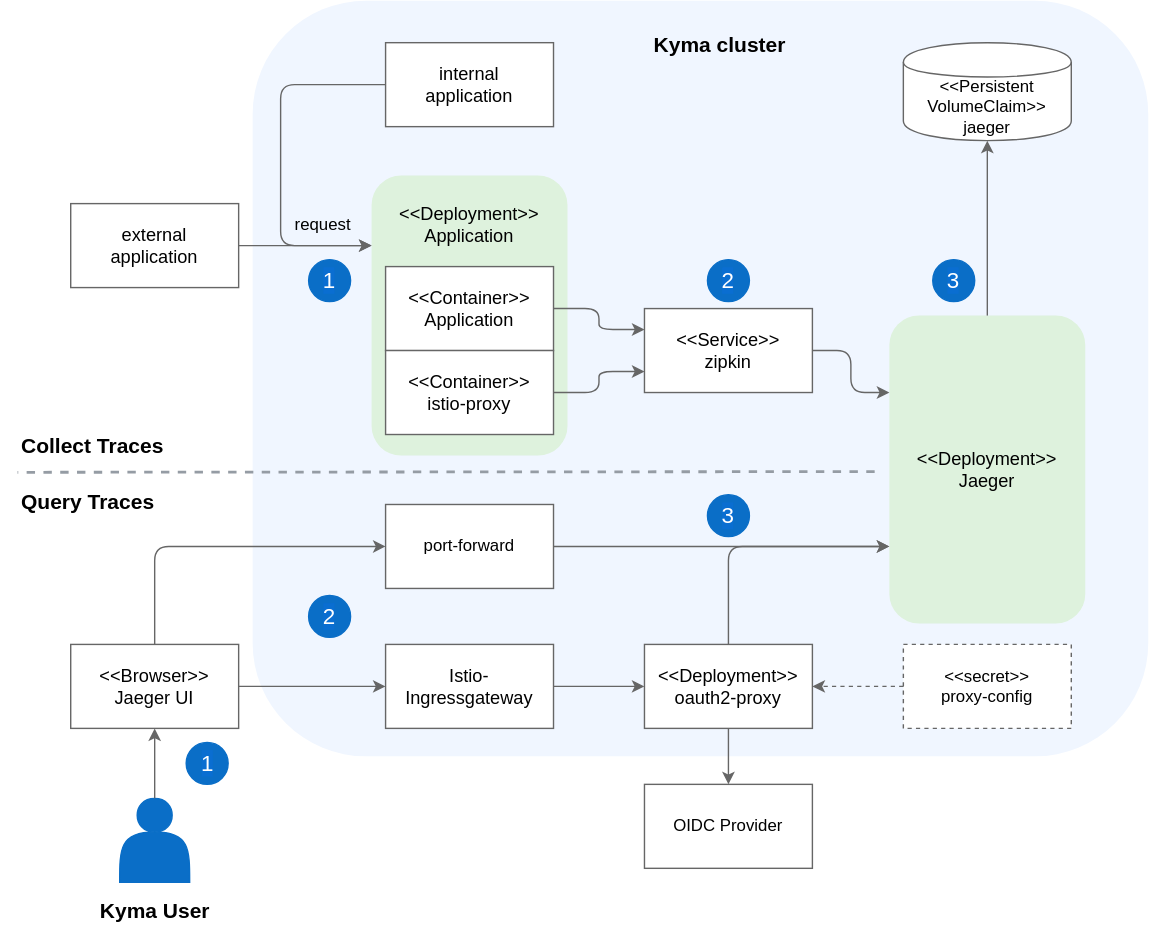
kyma-project/kyma keeps this draw.io diagram as docs/05-technical-reference/00-architecture/assets/obsv-tracing-architecture.svg. Above is the earlier version. Source tidied: cells renumbered, new cells last; positions are measured from the earlier drawing's top-left corner, leaving out a move shared by most shapes.
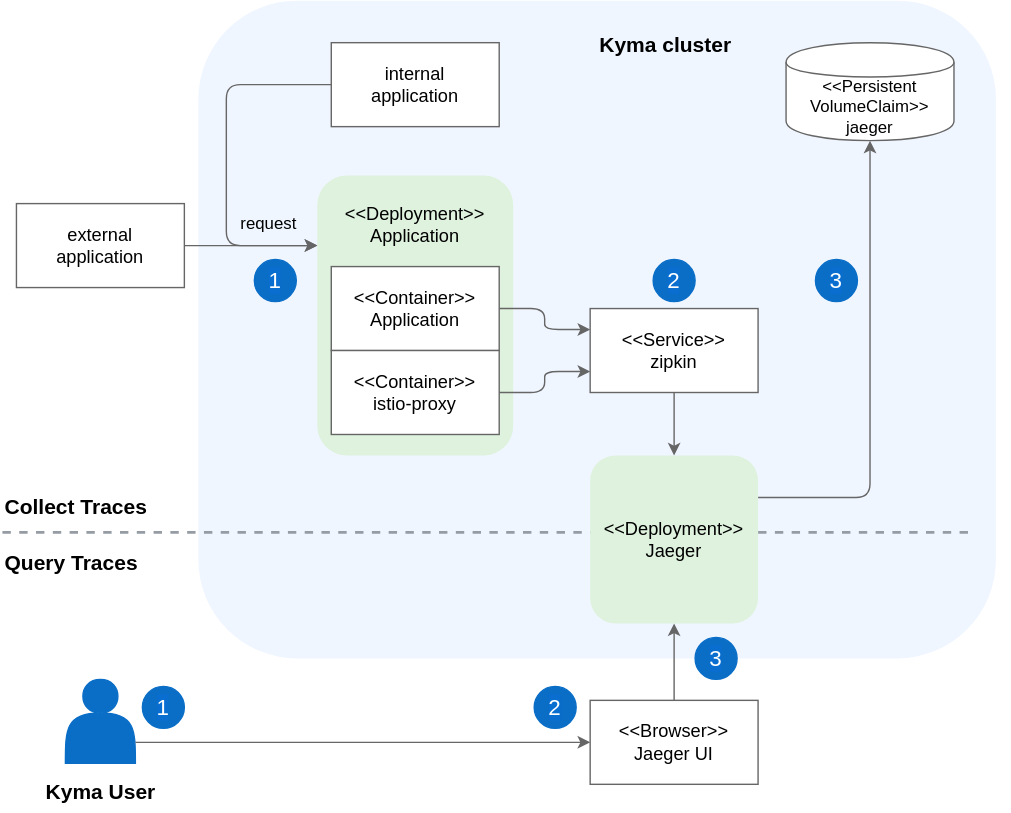
Above is the later version.

Commit message:
simplify observability diagrams

Change to the diagram source:
```diff
@@ -3,148 +3,123 @@
     <mxCell id="0" />
     <mxCell id="1" parent="0" />
     <mxCell id="2" style="rounded=0;whiteSpace=wrap;html=1;strokeColor=none;fillColor=#FFFFFF;" parent="1" vertex="1">
-      <mxGeometry width="820" height="660" as="geometry" />
+      <mxGeometry y="-20" width="720" height="580" as="geometry" />
     </mxCell>
     <mxCell id="3" style="rounded=1;whiteSpace=wrap;html=1;strokeColor=none;fillColor=#F0F6FF;" parent="1" vertex="1">
-      <mxGeometry x="180" width="640" height="540" as="geometry" />
+      <mxGeometry x="140" y="-20" width="570" height="470" as="geometry" />
     </mxCell>
     <mxCell id="4" style="rounded=1;whiteSpace=wrap;html=1;strokeColor=none;fillColor=#DEF2DD;" parent="1" vertex="1">
-      <mxGeometry x="265" y="125" width="140" height="200" as="geometry" />
+      <mxGeometry x="225" y="105" width="140" height="200" as="geometry" />
     </mxCell>
-    <mxCell id="5" value="&lt;span style=&quot;font-size: 13px&quot;&gt;&amp;lt;&amp;lt;Deployment&amp;gt;&amp;gt;&lt;/span&gt;&lt;br style=&quot;font-size: 13px&quot;&gt;&lt;span style=&quot;font-size: 13px&quot;&gt;Jaeger&lt;/span&gt;" style="rounded=1;whiteSpace=wrap;html=1;strokeColor=none;fillColor=#DEF2DD;" parent="1" vertex="1">
-      <mxGeometry x="635" y="225" width="140" height="220" as="geometry" />
-    </mxCell>
     <mxCell id="6" value="&lt;font style=&quot;font-size: 13px&quot;&gt;&amp;lt;&amp;lt;Browser&amp;gt;&amp;gt;&lt;br&gt;Jaeger UI&lt;/font&gt;" style="rounded=0;whiteSpace=wrap;html=1;strokeColor=#666666;" parent="1" vertex="1">
-      <mxGeometry x="50" y="460" width="120" height="60" as="geometry" />
+      <mxGeometry x="420" y="480" width="120" height="60" as="geometry" />
     </mxCell>
-    <mxCell id="7" style="edgeStyle=orthogonalEdgeStyle;rounded=1;jettySize=auto;html=1;exitX=1;exitY=0.5;exitDx=0;exitDy=0;entryX=0;entryY=0.5;entryDx=0;entryDy=0;fontSize=13;strokeColor=#666666;" parent="1" edge="1" source="8" target="10">
-      <mxGeometry relative="1" as="geometry" />
+    <mxCell id="7" style="edgeStyle=orthogonalEdgeStyle;rounded=1;jettySize=auto;html=1;exitX=1;exitY=0.5;exitDx=0;exitDy=0;entryX=0;entryY=0.5;entryDx=0;entryDy=0;fontSize=13;strokeColor=#666666;" parent="1" edge="1" target="x">
+      <mxGeometry relative="1" as="geometry">
+        <mxPoint x="395" y="490" as="sourcePoint" />
+      </mxGeometry>
     </mxCell>
-    <mxCell id="8" value="Istio-Ingressgateway" style="rounded=0;whiteSpace=wrap;html=1;fontSize=13;strokeColor=#666666;" parent="1" vertex="1">
-      <mxGeometry x="275" y="460" width="120" height="60" as="geometry" />
-    </mxCell>
-    <mxCell id="9" style="edgeStyle=orthogonalEdgeStyle;rounded=1;jettySize=auto;html=1;exitX=0.5;exitY=0;exitDx=0;exitDy=0;strokeColor=#666666;" parent="1" edge="1" source="5" target="18">
+    <mxCell id="9" style="edgeStyle=orthogonalEdgeStyle;rounded=1;jettySize=auto;html=1;exitX=1;exitY=0.25;exitDx=0;exitDy=0;strokeColor=#666666;" parent="1" edge="1" source="5" target="18">
       <mxGeometry relative="1" as="geometry" />
     </mxCell>
-    <mxCell id="10" value="&amp;lt;&amp;lt;Deployment&amp;gt;&amp;gt;&lt;br style=&quot;font-size: 13px&quot;&gt;oauth2-proxy" style="rounded=0;whiteSpace=wrap;html=1;fontSize=13;strokeColor=#666666;" parent="1" vertex="1">
-      <mxGeometry x="460" y="460" width="120" height="60" as="geometry" />
-    </mxCell>
     <mxCell id="11" value="&lt;font style=&quot;font-size: 13px&quot;&gt;&amp;lt;&amp;lt;Container&amp;gt;&amp;gt;&lt;br&gt;Application&lt;br&gt;&lt;/font&gt;" style="rounded=0;whiteSpace=wrap;html=1;fontSize=13;strokeColor=#666666;" parent="1" vertex="1">
-      <mxGeometry x="275" y="190" width="120" height="60" as="geometry" />
+      <mxGeometry x="235" y="170" width="120" height="60" as="geometry" />
     </mxCell>
     <mxCell id="12" value="&lt;font style=&quot;font-size: 13px&quot;&gt;&amp;lt;&amp;lt;Container&amp;gt;&amp;gt;&lt;br style=&quot;font-size: 13px;&quot;&gt;istio-proxy&lt;/font&gt;" style="rounded=0;whiteSpace=wrap;html=1;fontSize=13;strokeColor=#666666;" parent="1" vertex="1">
-      <mxGeometry x="275" y="250" width="120" height="60" as="geometry" />
+      <mxGeometry x="235" y="230" width="120" height="60" as="geometry" />
     </mxCell>
     <mxCell id="13" value="&lt;font style=&quot;font-size: 13px&quot;&gt;&amp;lt;&amp;lt;Deployment&amp;gt;&amp;gt;&lt;br style=&quot;font-size: 13px&quot;&gt;Application&lt;/font&gt;" style="text;html=1;strokeColor=none;fillColor=none;align=center;verticalAlign=middle;whiteSpace=wrap;rounded=0;fontSize=13;" parent="1" vertex="1">
-      <mxGeometry x="275" y="130" width="120" height="60" as="geometry" />
+      <mxGeometry x="235" y="110" width="120" height="60" as="geometry" />
     </mxCell>
     <mxCell id="14" value="&amp;lt;&amp;lt;Service&amp;gt;&amp;gt;&lt;br style=&quot;font-size: 13px;&quot;&gt;zipkin" style="rounded=0;whiteSpace=wrap;html=1;fontSize=13;strokeColor=#666666;" parent="1" vertex="1">
-      <mxGeometry x="460" y="220" width="120" height="60" as="geometry" />
+      <mxGeometry x="420" y="200" width="120" height="60" as="geometry" />
     </mxCell>
     <mxCell id="15" style="endArrow=none;dashed=1;html=1;strokeColor=#959CA4;fontSize=13;strokeWidth=2;" parent="1" edge="1">
       <mxGeometry relative="1" as="geometry">
-        <mxPoint x="624.5" y="336.5" as="sourcePoint" />
-        <mxPoint x="12" y="337" as="targetPoint" />
+        <mxPoint x="690" y="360" as="sourcePoint" />
+        <mxPoint y="360" as="targetPoint" />
       </mxGeometry>
     </mxCell>
     <mxCell id="16" value="&lt;font style=&quot;font-size: 15px&quot;&gt;&lt;b style=&quot;font-size: 15px;&quot;&gt;Collect Traces&lt;/b&gt;&lt;/font&gt;" style="text;html=1;align=left;verticalAlign=top;spacingTop=-4;fontSize=15;rotation=0;" parent="1" vertex="1">
-      <mxGeometry x="12.5" y="307" width="120" height="20" as="geometry" />
+      <mxGeometry y="330" width="120" height="20" as="geometry" />
     </mxCell>
     <mxCell id="17" value="&lt;b style=&quot;font-size: 15px;&quot;&gt;&lt;font style=&quot;font-size: 15px&quot;&gt;Query Traces&lt;/font&gt;&lt;/b&gt;" style="text;html=1;align=left;verticalAlign=top;spacingTop=-4;fontSize=15;rotation=0;" parent="1" vertex="1">
-      <mxGeometry x="12.5" y="347" width="110" height="20" as="geometry" />
+      <mxGeometry y="370" width="110" height="20" as="geometry" />
     </mxCell>
     <mxCell id="18" value="&amp;lt;&amp;lt;Persistent&lt;br&gt;VolumeClaim&amp;gt;&amp;gt;&lt;br&gt;jaeger" style="shape=cylinder;whiteSpace=wrap;html=1;boundedLbl=1;backgroundOutline=1;strokeColor=#666666;" parent="1" vertex="1">
-      <mxGeometry x="645" y="30" width="120" height="70" as="geometry" />
+      <mxGeometry x="560" y="10" width="120" height="70" as="geometry" />
     </mxCell>
     <mxCell id="19" style="edgeStyle=orthogonalEdgeStyle;rounded=1;jettySize=auto;html=1;fontSize=13;strokeColor=#666666;exitX=1;exitY=0.5;exitDx=0;exitDy=0;entryX=0;entryY=0.25;entryDx=0;entryDy=0;" parent="1" edge="1" source="21" target="4">
       <mxGeometry relative="1" as="geometry" />
     </mxCell>
     <mxCell id="20" value="&lt;font style=&quot;font-size: 13px&quot;&gt;internal &lt;br&gt;application&lt;br&gt;&lt;/font&gt;" style="rounded=0;whiteSpace=wrap;html=1;fontSize=13;strokeColor=#666666;" parent="1" vertex="1">
-      <mxGeometry x="275" y="30" width="120" height="60" as="geometry" />
+      <mxGeometry x="235" y="10" width="120" height="60" as="geometry" />
     </mxCell>
     <mxCell id="21" value="external&lt;br&gt;application" style="rounded=0;whiteSpace=wrap;html=1;fontSize=13;strokeColor=#666666;" parent="1" vertex="1">
-      <mxGeometry x="50" y="145" width="120" height="60" as="geometry" />
+      <mxGeometry x="10" y="125" width="120" height="60" as="geometry" />
     </mxCell>
-    <mxCell id="22" value="port-forward" style="rounded=0;whiteSpace=wrap;html=1;strokeColor=#666666;" parent="1" vertex="1">
-      <mxGeometry x="275" y="360" width="120" height="60" as="geometry" />
-    </mxCell>
-    <mxCell id="23" value="OIDC Provider" style="rounded=0;whiteSpace=wrap;html=1;strokeColor=#666666;" parent="1" vertex="1">
-      <mxGeometry x="460" y="560" width="120" height="60" as="geometry" />
-    </mxCell>
-    <mxCell id="24" value="&amp;lt;&amp;lt;secret&amp;gt;&amp;gt;&lt;br&gt;proxy-config" style="rounded=0;whiteSpace=wrap;html=1;strokeColor=#666666;dashed=1;" parent="1" vertex="1">
-      <mxGeometry x="645" y="460" width="120" height="60" as="geometry" />
-    </mxCell>
-    <mxCell id="25" style="edgeStyle=orthogonalEdgeStyle;rounded=1;jettySize=auto;html=1;entryX=0.5;entryY=0;entryDx=0;entryDy=0;fontSize=13;strokeColor=#666666;exitX=0.5;exitY=1;exitDx=0;exitDy=0;" parent="1" edge="1" source="10" target="23">
-      <mxGeometry relative="1" as="geometry" />
+    <mxCell id="25" style="edgeStyle=orthogonalEdgeStyle;rounded=1;jettySize=auto;html=1;entryX=0.5;entryY=0;entryDx=0;entryDy=0;fontSize=13;strokeColor=#666666;exitX=0.5;exitY=1;exitDx=0;exitDy=0;" parent="1" edge="1" target="x">
+      <mxGeometry relative="1" as="geometry">
+        <mxPoint x="520" y="520" as="sourcePoint" />
+      </mxGeometry>
     </mxCell>
-    <mxCell id="26" style="edgeStyle=orthogonalEdgeStyle;rounded=1;jettySize=auto;html=1;entryX=0;entryY=0.75;entryDx=0;entryDy=0;fontSize=13;strokeColor=#666666;exitX=1;exitY=0.5;exitDx=0;exitDy=0;" parent="1" edge="1" source="22" target="5">
-      <mxGeometry relative="1" as="geometry" />
-    </mxCell>
     <mxCell id="27" style="shape=actor;whiteSpace=wrap;html=1;fillColor=#0A6EC7;strokeColor=#0A6EC7;" parent="1" vertex="1">
-      <mxGeometry x="85" y="570" width="50" height="60" as="geometry" />
+      <mxGeometry x="45" y="465" width="50" height="60" as="geometry" />
     </mxCell>
     <mxCell id="28" value="&lt;font style=&quot;font-size: 15px&quot;&gt;&lt;b&gt;Kyma User&lt;/b&gt;&lt;/font&gt;" style="text;html=1;align=center;verticalAlign=middle;fontSize=15;" parent="1" vertex="1">
-      <mxGeometry x="65" y="640" width="90" height="20" as="geometry" />
+      <mxGeometry x="25" y="535" width="90" height="20" as="geometry" />
     </mxCell>
-    <mxCell id="29" style="edgeStyle=orthogonalEdgeStyle;rounded=1;jettySize=auto;html=1;fontSize=13;strokeColor=#666666;entryX=0;entryY=0.5;entryDx=0;entryDy=0;exitX=0.5;exitY=0;exitDx=0;exitDy=0;" parent="1" edge="1" source="6" target="22">
-      <mxGeometry relative="1" as="geometry" />
-    </mxCell>
-    <mxCell id="30" style="edgeStyle=orthogonalEdgeStyle;rounded=1;jettySize=auto;html=1;fontSize=13;strokeColor=#666666;entryX=0.5;entryY=1;entryDx=0;entryDy=0;exitX=0.5;exitY=0;exitDx=0;exitDy=0;" parent="1" edge="1" source="27" target="6">
+    <mxCell id="30" style="edgeStyle=orthogonalEdgeStyle;rounded=1;jettySize=auto;html=1;fontSize=13;strokeColor=#666666;entryX=0;entryY=0.5;entryDx=0;entryDy=0;exitX=1;exitY=0.75;exitDx=0;exitDy=0;" parent="1" edge="1" source="27" target="6">
       <mxGeometry relative="1" as="geometry" />
     </mxCell>
-    <mxCell id="31" style="edgeStyle=orthogonalEdgeStyle;rounded=1;jettySize=auto;html=1;exitX=0;exitY=0.5;exitDx=0;exitDy=0;fontSize=13;strokeColor=#666666;dashed=1;" parent="1" edge="1" source="24">
-      <mxGeometry relative="1" as="geometry">
-        <mxPoint x="580" y="490" as="targetPoint" />
-      </mxGeometry>
-    </mxCell>
     <mxCell id="32" value="&lt;font style=&quot;font-size: 16px&quot;&gt;1&lt;/font&gt;" style="ellipse;whiteSpace=wrap;html=1;labelBackgroundColor=#0A6ED1;fontColor=#FFFFFF;fillColor=#0A6EC7;strokeColor=#0A6EC7;" parent="1" vertex="1">
-      <mxGeometry x="220" y="185" width="30" height="30" as="geometry" />
+      <mxGeometry x="180" y="165" width="30" height="30" as="geometry" />
     </mxCell>
     <mxCell id="33" value="&lt;font style=&quot;font-size: 16px&quot;&gt;2&lt;/font&gt;" style="ellipse;whiteSpace=wrap;html=1;labelBackgroundColor=#0A6ED1;fontColor=#FFFFFF;fillColor=#0A6EC7;strokeColor=#0A6EC7;" parent="1" vertex="1">
-      <mxGeometry x="505" y="185" width="30" height="30" as="geometry" />
+      <mxGeometry x="465" y="165" width="30" height="30" as="geometry" />
     </mxCell>
     <mxCell id="34" value="&lt;font style=&quot;font-size: 16px&quot;&gt;3&lt;/font&gt;" style="ellipse;whiteSpace=wrap;html=1;labelBackgroundColor=#0A6ED1;fontColor=#FFFFFF;fillColor=#0A6EC7;strokeColor=#0A6EC7;" parent="1" vertex="1">
-      <mxGeometry x="666" y="185" width="30" height="30" as="geometry" />
+      <mxGeometry x="581" y="165" width="30" height="30" as="geometry" />
     </mxCell>
     <mxCell id="35" value="&lt;font style=&quot;font-size: 16px&quot;&gt;1&lt;/font&gt;" style="ellipse;whiteSpace=wrap;html=1;labelBackgroundColor=#0A6ED1;fontColor=#FFFFFF;fillColor=#0A6EC7;strokeColor=#0A6EC7;" parent="1" vertex="1">
-      <mxGeometry x="132.5" y="530" width="30" height="30" as="geometry" />
+      <mxGeometry x="100" y="470" width="30" height="30" as="geometry" />
     </mxCell>
-    <mxCell id="36" value="&lt;span style=&quot;font-size: 16px&quot;&gt;2&lt;/span&gt;" style="ellipse;whiteSpace=wrap;html=1;labelBackgroundColor=#0A6ED1;fontColor=#FFFFFF;fillColor=#0A6EC7;strokeColor=#0A6EC7;" parent="1" vertex="1">
-      <mxGeometry x="220" y="425" width="30" height="30" as="geometry" />
-    </mxCell>
-    <mxCell id="37" value="&lt;font style=&quot;font-size: 16px&quot;&gt;3&lt;/font&gt;" style="ellipse;whiteSpace=wrap;html=1;labelBackgroundColor=#0A6ED1;fontColor=#FFFFFF;fillColor=#0A6EC7;strokeColor=#0A6EC7;" parent="1" vertex="1">
-      <mxGeometry x="505" y="353" width="30" height="30" as="geometry" />
-    </mxCell>
-    <mxCell id="38" style="edgeStyle=orthogonalEdgeStyle;rounded=1;jettySize=auto;html=1;fontSize=13;strokeColor=#666666;entryX=0;entryY=0.5;entryDx=0;entryDy=0;exitX=1;exitY=0.5;exitDx=0;exitDy=0;" parent="1" edge="1" source="6" target="8">
-      <mxGeometry relative="1" as="geometry" />
-    </mxCell>
     <mxCell id="39" style="edgeStyle=orthogonalEdgeStyle;rounded=1;jettySize=auto;html=1;fontSize=13;strokeColor=#666666;exitX=1;exitY=0.5;exitDx=0;exitDy=0;" parent="1" edge="1" source="11">
       <mxGeometry relative="1" as="geometry">
-        <mxPoint x="460" y="235" as="targetPoint" />
+        <mxPoint x="420" y="215" as="targetPoint" />
       </mxGeometry>
     </mxCell>
     <mxCell id="40" value="&lt;b style=&quot;font-size: 15px&quot;&gt;&lt;font style=&quot;font-size: 15px&quot;&gt;Kyma cluster&lt;/font&gt;&lt;/b&gt;" style="text;html=1;align=left;verticalAlign=top;spacingTop=-4;fontSize=15;" parent="1" vertex="1">
-      <mxGeometry x="465" y="20" width="110" height="20" as="geometry" />
+      <mxGeometry x="425" width="110" height="20" as="geometry" />
     </mxCell>
     <mxCell id="41" style="edgeStyle=orthogonalEdgeStyle;rounded=1;jettySize=auto;html=1;fontSize=13;strokeColor=#666666;exitX=1;exitY=0.5;exitDx=0;exitDy=0;entryX=0;entryY=0.75;entryDx=0;entryDy=0;" parent="1" edge="1" source="12" target="14">
       <mxGeometry relative="1" as="geometry" />
     </mxCell>
-    <mxCell id="42" style="edgeStyle=orthogonalEdgeStyle;rounded=1;jettySize=auto;html=1;fontSize=13;strokeColor=#666666;exitX=1;exitY=0.5;exitDx=0;exitDy=0;entryX=0;entryY=0.25;entryDx=0;entryDy=0;" parent="1" edge="1" source="14" target="5">
+    <mxCell id="42" style="edgeStyle=orthogonalEdgeStyle;rounded=1;jettySize=auto;html=1;fontSize=13;strokeColor=#666666;exitX=0.5;exitY=1;exitDx=0;exitDy=0;entryX=0.5;entryY=0;entryDx=0;entryDy=0;" parent="1" edge="1" source="14" target="5">
       <mxGeometry relative="1" as="geometry" />
     </mxCell>
     <mxCell id="43" style="edgeStyle=orthogonalEdgeStyle;rounded=1;jettySize=auto;html=1;fontSize=13;strokeColor=#666666;exitX=0;exitY=0.5;exitDx=0;exitDy=0;entryX=0;entryY=0.25;entryDx=0;entryDy=0;" parent="1" edge="1" source="20" target="4">
       <mxGeometry relative="1" as="geometry">
         <Array as="points">
-          <mxPoint x="200" y="60" />
-          <mxPoint x="200" y="175" />
+          <mxPoint x="160" y="40" />
+          <mxPoint x="160" y="155" />
         </Array>
       </mxGeometry>
     </mxCell>
-    <mxCell id="44" style="edgeStyle=orthogonalEdgeStyle;rounded=1;jettySize=auto;html=1;entryX=0;entryY=0.75;entryDx=0;entryDy=0;fontSize=13;strokeColor=#666666;exitX=0.5;exitY=0;exitDx=0;exitDy=0;" parent="1" edge="1" source="10" target="5">
+    <mxCell id="44" style="edgeStyle=orthogonalEdgeStyle;rounded=1;jettySize=auto;html=1;entryX=0.5;entryY=1;entryDx=0;entryDy=0;fontSize=13;strokeColor=#666666;exitX=0.5;exitY=0;exitDx=0;exitDy=0;" parent="1" edge="1" source="6" target="5">
       <mxGeometry relative="1" as="geometry" />
     </mxCell>
     <mxCell id="45" value="request" style="text;html=1;align=center;verticalAlign=middle;" parent="1" vertex="1">
-      <mxGeometry x="200" y="150" width="60" height="20" as="geometry" />
+      <mxGeometry x="160" y="130" width="60" height="20" as="geometry" />
     </mxCell>
+    <mxCell id="5" value="&lt;span style=&quot;font-size: 13px&quot;&gt;&amp;lt;&amp;lt;Deployment&amp;gt;&amp;gt;&lt;/span&gt;&lt;br style=&quot;font-size: 13px&quot;&gt;&lt;span style=&quot;font-size: 13px&quot;&gt;Jaeger&lt;/span&gt;" style="rounded=1;whiteSpace=wrap;html=1;strokeColor=none;fillColor=#DEF2DD;" parent="1" vertex="1">
+      <mxGeometry x="420" y="305" width="120" height="120" as="geometry" />
+    </mxCell>
+    <mxCell id="36" value="&lt;font style=&quot;font-size: 16px&quot;&gt;2&lt;/font&gt;" style="ellipse;whiteSpace=wrap;html=1;labelBackgroundColor=#0A6ED1;fontColor=#FFFFFF;fillColor=#0A6EC7;strokeColor=#0A6EC7;" parent="1" vertex="1">
+      <mxGeometry x="380" y="470" width="30" height="30" as="geometry" />
+    </mxCell>
+    <mxCell id="37" value="&lt;font style=&quot;font-size: 16px&quot;&gt;3&lt;/font&gt;" style="ellipse;whiteSpace=wrap;html=1;labelBackgroundColor=#0A6ED1;fontColor=#FFFFFF;fillColor=#0A6EC7;strokeColor=#0A6EC7;" parent="1" vertex="1">
+      <mxGeometry x="495" y="435" width="30" height="30" as="geometry" />
+    </mxCell>
   </root>
 </mxGraphModel>
```
